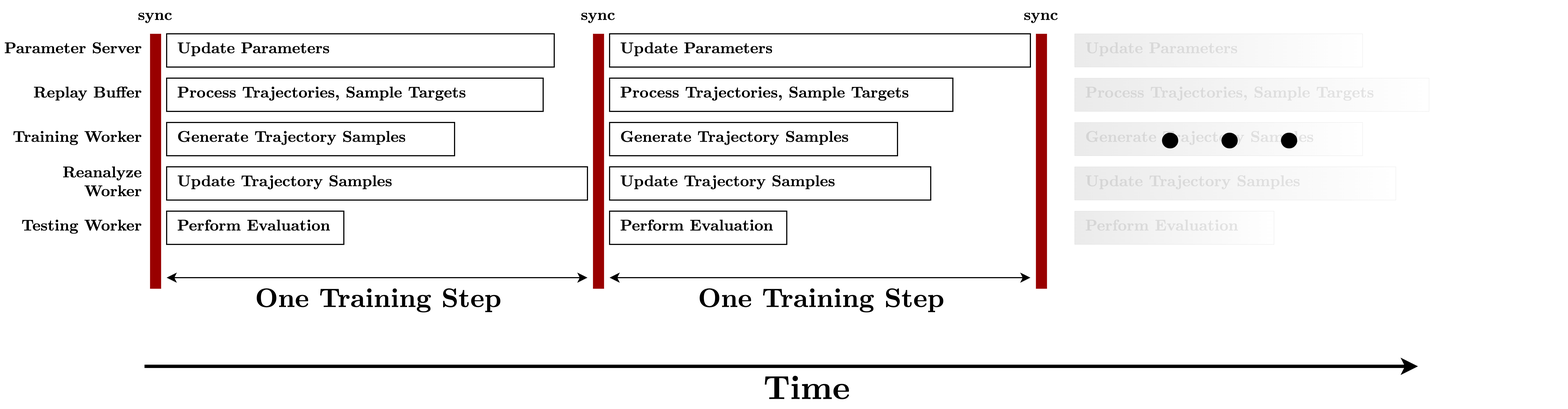
Above: assets/training_step.png in uduse/moozi-thesis (draw.io), before the change. Source tidied: cells renumbered, new cells last; positions are measured from the earlier drawing's top-left corner, leaving out a move shared by most shapes.
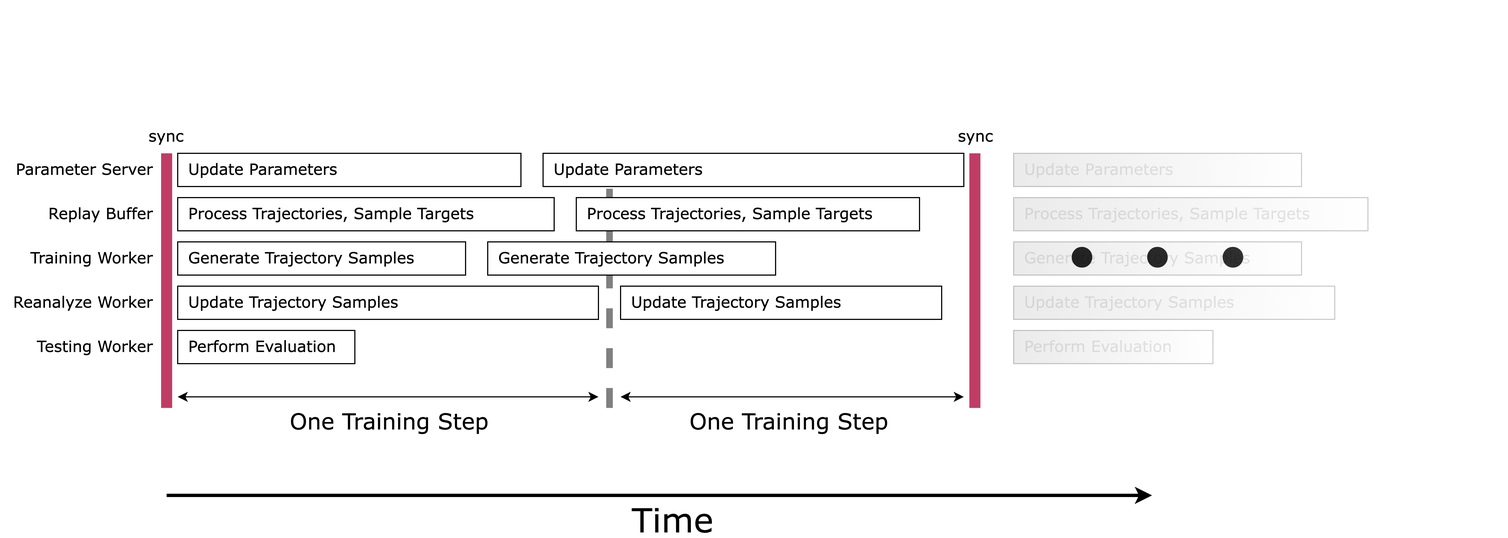
After the commit.

Change to the diagram source:
```diff
@@ -2,128 +2,128 @@
   <root>
     <mxCell id="0" />
     <mxCell id="1" parent="0" />
-    <mxCell id="2" value="Generate Trajectory Samples" style="whiteSpace=wrap;html=1;fontFamily=CMUSerif-Roman;fontSize=14;align=left;spacingLeft=8;shadow=0;rounded=0;gradientColor=#999999;labelBackgroundColor=none;textOpacity=10;opacity=20;strokeColor=default;gradientDirection=west;strokeWidth=0;fontStyle=1;" parent="1" vertex="1">
-      <mxGeometry x="970" y="110" width="260" height="30" as="geometry" />
-    </mxCell>
-    <mxCell id="3" value="Generate Trajectory Samples" style="whiteSpace=wrap;html=1;fontFamily=CMUSerif-Roman;fontSize=14;align=left;spacingLeft=8;fontStyle=1;" parent="1" vertex="1">
+    <mxCell id="3" value="Generate Trajectory Samples" style="whiteSpace=wrap;html=1;fontFamily=Verdana;fontSize=14;align=left;spacingLeft=8;fontStyle=0;" parent="1" vertex="1">
       <mxGeometry x="150" y="110" width="260" height="30" as="geometry" />
     </mxCell>
-    <mxCell id="4" value="Update Trajectory Samples" style="whiteSpace=wrap;html=1;fontFamily=CMUSerif-Roman;fontSize=14;align=left;spacingLeft=8;fontStyle=1;" parent="1" vertex="1">
+    <mxCell id="4" value="Update Trajectory Samples" style="whiteSpace=wrap;html=1;fontFamily=Verdana;fontSize=14;align=left;spacingLeft=8;fontStyle=0;" parent="1" vertex="1">
       <mxGeometry x="150" y="150" width="380" height="30" as="geometry" />
     </mxCell>
-    <mxCell id="5" value="Update Parameters" style="whiteSpace=wrap;html=1;fontFamily=CMUSerif-Roman;fontSize=14;align=left;spacingLeft=8;fontStyle=1;" parent="1" vertex="1">
-      <mxGeometry x="150" y="30" width="350" height="30" as="geometry" />
+    <mxCell id="5" value="Update Parameters" style="whiteSpace=wrap;html=1;fontFamily=Verdana;fontSize=14;align=left;spacingLeft=8;fontStyle=0;" parent="1" vertex="1">
+      <mxGeometry x="150" y="30" width="310" height="30" as="geometry" />
     </mxCell>
-    <mxCell id="6" value="Process Trajectories, Sample Targets" style="whiteSpace=wrap;html=1;fontFamily=CMUSerif-Roman;fontSize=14;align=left;spacingLeft=8;fontStyle=1;" parent="1" vertex="1">
+    <mxCell id="6" value="Process Trajectories, Sample Targets" style="whiteSpace=wrap;html=1;fontFamily=Verdana;fontSize=14;align=left;spacingLeft=8;fontStyle=0;" parent="1" vertex="1">
       <mxGeometry x="150" y="70" width="340" height="30" as="geometry" />
     </mxCell>
-    <mxCell id="7" value="Perform Evaluation" style="whiteSpace=wrap;html=1;fontFamily=CMUSerif-Roman;fontSize=14;align=left;spacingLeft=8;fontStyle=1;" parent="1" vertex="1">
+    <mxCell id="7" value="Perform Evaluation" style="whiteSpace=wrap;html=1;fontFamily=Verdana;fontSize=14;align=left;spacingLeft=8;fontStyle=0;" parent="1" vertex="1">
       <mxGeometry x="150" y="190" width="160" height="30" as="geometry" />
     </mxCell>
-    <mxCell id="8" style="endArrow=none;html=1;strokeWidth=10;fontFamily=CMUSerif-Roman;fontSize=14;align=left;fontColor=none;noLabel=1;labelBackgroundColor=none;strokeColor=#990000;fontStyle=1;" parent="1" edge="1">
+    <mxCell id="8" style="endArrow=none;html=1;strokeWidth=10;fontFamily=Verdana;fontSize=14;align=left;fontColor=none;noLabel=1;labelBackgroundColor=none;strokeColor=#BF3D65;fontStyle=0;" parent="1" edge="1">
       <mxGeometry relative="1" as="geometry">
         <mxPoint x="140" y="260" as="sourcePoint" />
         <mxPoint x="140" y="30" as="targetPoint" />
       </mxGeometry>
     </mxCell>
-    <mxCell id="9" style="endArrow=none;html=1;strokeWidth=10;fontFamily=CMUSerif-Roman;fontSize=14;fontColor=none;noLabel=1;labelBackgroundColor=none;strokeColor=#990000;fontStyle=1;" parent="1" edge="1">
+    <mxCell id="9" style="endArrow=none;html=1;strokeWidth=6;fontFamily=Verdana;fontSize=14;fontColor=none;noLabel=1;labelBackgroundColor=none;strokeColor=#808080;fontStyle=0;dashed=1;" parent="1" edge="1">
       <mxGeometry relative="1" as="geometry">
         <mxPoint x="540" y="260" as="sourcePoint" />
         <mxPoint x="540" y="30" as="targetPoint" />
       </mxGeometry>
     </mxCell>
-    <mxCell id="10" value="Parameter Server" style="text;html=1;strokeColor=none;fillColor=none;align=right;verticalAlign=middle;whiteSpace=wrap;rounded=0;fontFamily=CMUSerif-Roman;fontSize=14;fontStyle=1;" parent="1" vertex="1">
+    <mxCell id="10" value="Parameter Server" style="text;html=1;strokeColor=none;fillColor=none;align=right;verticalAlign=middle;whiteSpace=wrap;rounded=0;fontFamily=Verdana;fontSize=14;fontStyle=0;" parent="1" vertex="1">
       <mxGeometry y="30" width="130" height="30" as="geometry" />
     </mxCell>
-    <mxCell id="11" value="Replay Buffer" style="text;html=1;strokeColor=none;fillColor=none;align=right;verticalAlign=middle;whiteSpace=wrap;rounded=0;fontFamily=CMUSerif-Roman;fontSize=14;fontStyle=1;" parent="1" vertex="1">
+    <mxCell id="11" value="Replay Buffer" style="text;html=1;strokeColor=none;fillColor=none;align=right;verticalAlign=middle;whiteSpace=wrap;rounded=0;fontFamily=Verdana;fontSize=14;fontStyle=0;" parent="1" vertex="1">
       <mxGeometry x="10" y="70" width="120" height="30" as="geometry" />
     </mxCell>
-    <mxCell id="12" value="Training Worker" style="text;html=1;strokeColor=none;fillColor=none;align=right;verticalAlign=middle;whiteSpace=wrap;rounded=0;fontFamily=CMUSerif-Roman;fontSize=14;fontStyle=1;" parent="1" vertex="1">
+    <mxCell id="12" value="Training Worker" style="text;html=1;strokeColor=none;fillColor=none;align=right;verticalAlign=middle;whiteSpace=wrap;rounded=0;fontFamily=Verdana;fontSize=14;fontStyle=0;" parent="1" vertex="1">
       <mxGeometry x="10" y="110" width="120" height="30" as="geometry" />
     </mxCell>
-    <mxCell id="13" value="Testing Worker" style="text;html=1;strokeColor=none;fillColor=none;align=right;verticalAlign=middle;whiteSpace=wrap;rounded=0;fontFamily=CMUSerif-Roman;fontSize=14;fontStyle=1;" parent="1" vertex="1">
+    <mxCell id="13" value="Testing Worker" style="text;html=1;strokeColor=none;fillColor=none;align=right;verticalAlign=middle;whiteSpace=wrap;rounded=0;fontFamily=Verdana;fontSize=14;fontStyle=0;" parent="1" vertex="1">
       <mxGeometry y="190" width="130" height="30" as="geometry" />
     </mxCell>
-    <mxCell id="14" style="endArrow=classic;startArrow=classic;html=1;rounded=1;sketch=0;fontFamily=CMUSerif-Roman;curved=0;fontSize=14;align=left;fontStyle=1;" parent="1" edge="1">
+    <mxCell id="14" style="endArrow=classic;startArrow=classic;html=1;rounded=1;sketch=0;fontFamily=Verdana;curved=0;fontSize=14;align=left;fontStyle=0;" parent="1" edge="1">
       <mxGeometry relative="1" as="geometry">
         <mxPoint x="150" y="250" as="sourcePoint" />
         <mxPoint x="530" y="250" as="targetPoint" />
       </mxGeometry>
     </mxCell>
-    <mxCell id="15" value="One Training Step" style="edgeLabel;html=1;align=center;verticalAlign=middle;fontFamily=CMUSerif-Roman;labelBackgroundColor=none;labelBorderColor=none;fontSize=24;fontStyle=1;" parent="14" vertex="1">
+    <mxCell id="15" value="One Training Step" style="edgeLabel;html=1;align=center;verticalAlign=middle;fontFamily=Verdana;labelBackgroundColor=none;labelBorderColor=none;fontSize=20;fontStyle=0;" parent="14" vertex="1">
       <mxGeometry x="0.09" y="-1" relative="1" as="geometry">
         <mxPoint x="-17" y="19" as="offset" />
       </mxGeometry>
     </mxCell>
-    <mxCell id="16" value="Generate Trajectory Samples" style="whiteSpace=wrap;html=1;fontFamily=CMUSerif-Roman;fontSize=14;align=left;spacingLeft=8;fontStyle=1;" parent="1" vertex="1">
-      <mxGeometry x="550" y="110" width="260" height="30" as="geometry" />
+    <mxCell id="16" value="Generate Trajectory Samples" style="whiteSpace=wrap;html=1;fontFamily=Verdana;fontSize=14;align=left;spacingLeft=8;fontStyle=0;" parent="1" vertex="1">
+      <mxGeometry x="430" y="110" width="260" height="30" as="geometry" />
     </mxCell>
-    <mxCell id="17" value="Update&amp;nbsp;Trajectory Samples" style="whiteSpace=wrap;html=1;fontFamily=CMUSerif-Roman;fontSize=14;align=left;spacingLeft=8;fontStyle=1;" parent="1" vertex="1">
+    <mxCell id="17" value="Update&amp;nbsp;Trajectory Samples" style="whiteSpace=wrap;html=1;fontFamily=Verdana;fontSize=14;align=left;spacingLeft=8;fontStyle=0;" parent="1" vertex="1">
       <mxGeometry x="550" y="150" width="290" height="30" as="geometry" />
     </mxCell>
-    <mxCell id="18" value="Update Parameters" style="whiteSpace=wrap;html=1;fontFamily=CMUSerif-Roman;fontSize=14;align=left;spacingLeft=8;fontStyle=1;" parent="1" vertex="1">
-      <mxGeometry x="550" y="30" width="380" height="30" as="geometry" />
+    <mxCell id="18" value="Update Parameters" style="whiteSpace=wrap;html=1;fontFamily=Verdana;fontSize=14;align=left;spacingLeft=8;fontStyle=0;" parent="1" vertex="1">
+      <mxGeometry x="480" y="30" width="380" height="30" as="geometry" />
     </mxCell>
-    <mxCell id="19" value="Process Trajectories, Sample Targets" style="whiteSpace=wrap;html=1;fontFamily=CMUSerif-Roman;fontSize=14;align=left;spacingLeft=8;fontStyle=1;" parent="1" vertex="1">
-      <mxGeometry x="550" y="70" width="310" height="30" as="geometry" />
+    <mxCell id="19" value="Process Trajectories, Sample Targets" style="whiteSpace=wrap;html=1;fontFamily=Verdana;fontSize=14;align=left;spacingLeft=8;fontStyle=0;" parent="1" vertex="1">
+      <mxGeometry x="510" y="70" width="310" height="30" as="geometry" />
     </mxCell>
-    <mxCell id="20" value="Perform Evaluation" style="whiteSpace=wrap;html=1;fontFamily=CMUSerif-Roman;fontSize=14;align=left;spacingLeft=8;fontStyle=1;" parent="1" vertex="1">
-      <mxGeometry x="550" y="190" width="160" height="30" as="geometry" />
-    </mxCell>
-    <mxCell id="21" style="endArrow=none;html=1;strokeWidth=10;fontFamily=CMUSerif-Roman;fontSize=14;align=left;fontColor=none;noLabel=1;labelBackgroundColor=none;strokeColor=#990000;fontStyle=1;" parent="1" edge="1">
-      <mxGeometry relative="1" as="geometry">
-        <mxPoint x="940" y="260" as="sourcePoint" />
-        <mxPoint x="940" y="30" as="targetPoint" />
-      </mxGeometry>
-    </mxCell>
-    <mxCell id="22" style="endArrow=classic;startArrow=classic;html=1;rounded=1;sketch=0;fontFamily=CMUSerif-Roman;curved=0;fontSize=14;align=left;fontStyle=1;" parent="1" edge="1">
+    <mxCell id="22" style="endArrow=classic;startArrow=classic;html=1;rounded=1;sketch=0;fontFamily=Verdana;curved=0;fontSize=14;align=left;fontStyle=0;" parent="1" edge="1">
       <mxGeometry relative="1" as="geometry">
         <mxPoint x="550" y="250" as="sourcePoint" />
-        <mxPoint x="930" y="250" as="targetPoint" />
+        <mxPoint x="860" y="250" as="targetPoint" />
       </mxGeometry>
     </mxCell>
-    <mxCell id="23" value="One Training Step" style="edgeLabel;html=1;align=center;verticalAlign=middle;fontFamily=CMUSerif-Roman;labelBackgroundColor=none;labelBorderColor=none;fontSize=24;fontStyle=1;" parent="22" vertex="1">
+    <mxCell id="23" value="One Training Step" style="edgeLabel;html=1;align=center;verticalAlign=middle;fontFamily=Verdana;labelBackgroundColor=none;labelBorderColor=none;fontSize=20;fontStyle=0;" parent="22" vertex="1">
       <mxGeometry x="0.09" y="-1" relative="1" as="geometry">
         <mxPoint x="-17" y="19" as="offset" />
       </mxGeometry>
     </mxCell>
-    <mxCell id="24" value="Reanalyze Worker" style="text;html=1;strokeColor=none;fillColor=none;align=right;verticalAlign=middle;whiteSpace=wrap;rounded=0;fontFamily=CMUSerif-Roman;fontSize=14;fontStyle=1;" parent="1" vertex="1">
-      <mxGeometry x="10" y="150" width="120" height="30" as="geometry" />
+    <mxCell id="24" value="Reanalyze Worker" style="text;html=1;strokeColor=none;fillColor=none;align=right;verticalAlign=middle;whiteSpace=wrap;rounded=0;fontFamily=Verdana;fontSize=14;fontStyle=0;" parent="1" vertex="1">
+      <mxGeometry x="-10" y="150" width="140" height="30" as="geometry" />
     </mxCell>
-    <mxCell id="25" style="endArrow=classic;startArrow=none;html=1;rounded=1;sketch=0;fontFamily=CMUSerif-Roman;curved=0;fontSize=14;align=left;startFill=0;strokeWidth=3;fontStyle=1;" parent="1" edge="1">
+    <mxCell id="25" style="endArrow=classic;startArrow=none;html=1;rounded=1;sketch=0;fontFamily=Verdana;curved=0;fontSize=14;align=left;startFill=0;strokeWidth=3;fontStyle=0;" parent="1" edge="1">
       <mxGeometry relative="1" as="geometry">
-        <mxPoint x="130" y="330" as="sourcePoint" />
-        <mxPoint x="1280" y="330" as="targetPoint" />
+        <mxPoint x="140" y="339" as="sourcePoint" />
+        <mxPoint x="1030" y="339" as="targetPoint" />
       </mxGeometry>
     </mxCell>
-    <mxCell id="26" value="Time" style="edgeLabel;html=1;align=center;verticalAlign=middle;fontFamily=CMUSerif-Roman;labelBackgroundColor=none;labelBorderColor=none;fontSize=30;fontStyle=1;" parent="25" vertex="1">
+    <mxCell id="26" value="Time" style="edgeLabel;html=1;align=center;verticalAlign=middle;fontFamily=Verdana;labelBackgroundColor=none;labelBorderColor=none;fontSize=30;fontStyle=0;" parent="25" vertex="1">
       <mxGeometry x="0.09" y="-1" relative="1" as="geometry">
         <mxPoint x="-29" y="19" as="offset" />
       </mxGeometry>
     </mxCell>
+    <mxCell id="32" value="sync" style="text;html=1;strokeColor=none;fillColor=none;align=center;verticalAlign=middle;whiteSpace=wrap;rounded=0;fontFamily=Verdana;fontSize=14;fontStyle=0;" parent="1" vertex="1">
+      <mxGeometry x="120" width="40" height="30" as="geometry" />
+    </mxCell>
+    <mxCell id="34" value="sync" style="text;html=1;strokeColor=none;fillColor=none;align=center;verticalAlign=middle;whiteSpace=wrap;rounded=0;fontFamily=Verdana;fontSize=14;fontStyle=0;" parent="1" vertex="1">
+      <mxGeometry x="851" width="40" height="30" as="geometry" />
+    </mxCell>
+    <mxCell id="35" style="group;" parent="1" vertex="1">
+      <mxGeometry x="720" y="10" width="630" height="210" as="geometry" />
+    </mxCell>
-    <mxCell id="27" value="$$\dots$$" style="text;html=1;align=center;verticalAlign=middle;strokeColor=none;fillColor=none;fontSize=120;fontFamily=CMUSerif-Roman;fontStyle=1;" parent="1" vertex="1">
-      <mxGeometry x="805" y="25" width="610" height="150" as="geometry" />
+    <mxCell id="27" value="$$\dots$$" style="text;html=1;align=center;verticalAlign=middle;strokeColor=none;fillColor=none;fontSize=120;fontFamily=Verdana;fontStyle=0;" parent="35" vertex="1">
+      <mxGeometry width="630" height="150" as="geometry" />
     </mxCell>
+    <mxCell id="36" style="group;" parent="35" vertex="1">
+      <mxGeometry x="185" y="20" width="320" height="190" as="geometry" />
+    </mxCell>
+    <mxCell id="2" value="Generate Trajectory Samples" style="whiteSpace=wrap;html=1;fontFamily=Verdana;fontSize=14;align=left;spacingLeft=8;shadow=0;rounded=0;gradientColor=#999999;labelBackgroundColor=none;textOpacity=10;opacity=20;strokeColor=default;gradientDirection=west;strokeWidth=0;fontStyle=0;" parent="36" vertex="1">
+      <mxGeometry y="80" width="260" height="30" as="geometry" />
+    </mxCell>
-    <mxCell id="28" value="Update&amp;nbsp;Trajectory Samples" style="whiteSpace=wrap;html=1;fontFamily=CMUSerif-Roman;fontSize=14;align=left;spacingLeft=8;shadow=0;rounded=0;gradientColor=#999999;labelBackgroundColor=none;textOpacity=10;opacity=20;strokeColor=default;gradientDirection=west;strokeWidth=0;fontStyle=1;" parent="1" vertex="1">
-      <mxGeometry x="970" y="150" width="290" height="30" as="geometry" />
+    <mxCell id="28" value="Update&amp;nbsp;Trajectory Samples" style="whiteSpace=wrap;html=1;fontFamily=Verdana;fontSize=14;align=left;spacingLeft=8;shadow=0;rounded=0;gradientColor=#999999;labelBackgroundColor=none;textOpacity=10;opacity=20;strokeColor=default;gradientDirection=west;strokeWidth=0;fontStyle=0;" parent="36" vertex="1">
+      <mxGeometry y="120" width="290" height="30" as="geometry" />
     </mxCell>
-    <mxCell id="29" value="Update Parameters" style="whiteSpace=wrap;html=1;fontFamily=CMUSerif-Roman;fontSize=14;align=left;spacingLeft=8;shadow=0;rounded=0;gradientColor=#999999;labelBackgroundColor=none;textOpacity=10;opacity=20;strokeColor=default;gradientDirection=west;strokeWidth=0;fontStyle=1;" parent="1" vertex="1">
-      <mxGeometry x="970" y="30" width="260" height="30" as="geometry" />
+    <mxCell id="29" value="Update Parameters" style="whiteSpace=wrap;html=1;fontFamily=Verdana;fontSize=14;align=left;spacingLeft=8;shadow=0;rounded=0;gradientColor=#999999;labelBackgroundColor=none;textOpacity=10;opacity=20;strokeColor=default;gradientDirection=west;strokeWidth=0;fontStyle=0;" parent="36" vertex="1">
+      <mxGeometry width="260" height="30" as="geometry" />
     </mxCell>
-    <mxCell id="30" value="Process Trajectories, Sample Targets" style="whiteSpace=wrap;html=1;fontFamily=CMUSerif-Roman;fontSize=14;align=left;spacingLeft=8;shadow=0;rounded=0;gradientColor=#999999;labelBackgroundColor=none;textOpacity=10;opacity=20;strokeColor=default;gradientDirection=west;strokeWidth=0;fontStyle=1;" parent="1" vertex="1">
-      <mxGeometry x="970" y="70" width="320" height="30" as="geometry" />
+    <mxCell id="30" value="Process Trajectories, Sample Targets" style="whiteSpace=wrap;html=1;fontFamily=Verdana;fontSize=14;align=left;spacingLeft=8;shadow=0;rounded=0;gradientColor=#999999;labelBackgroundColor=none;textOpacity=10;opacity=20;strokeColor=default;gradientDirection=west;strokeWidth=0;fontStyle=0;" parent="36" vertex="1">
+      <mxGeometry y="40" width="320" height="30" as="geometry" />
     </mxCell>
-    <mxCell id="31" value="Perform Evaluation" style="whiteSpace=wrap;html=1;fontFamily=CMUSerif-Roman;fontSize=14;align=left;spacingLeft=8;shadow=0;rounded=0;gradientColor=#999999;labelBackgroundColor=none;textOpacity=10;opacity=20;strokeColor=default;gradientDirection=west;strokeWidth=0;fontStyle=1;" parent="1" vertex="1">
-      <mxGeometry x="970" y="190" width="180" height="30" as="geometry" />
+    <mxCell id="31" value="Perform Evaluation" style="whiteSpace=wrap;html=1;fontFamily=Verdana;fontSize=14;align=left;spacingLeft=8;shadow=0;rounded=0;gradientColor=#999999;labelBackgroundColor=none;textOpacity=10;opacity=20;strokeColor=default;gradientDirection=west;strokeWidth=0;fontStyle=0;" parent="36" vertex="1">
+      <mxGeometry y="160" width="180" height="30" as="geometry" />
     </mxCell>
-    <mxCell id="32" value="sync" style="text;html=1;strokeColor=none;fillColor=none;align=center;verticalAlign=middle;whiteSpace=wrap;rounded=0;fontFamily=CMUSerif-Roman;fontSize=14;fontStyle=1;" parent="1" vertex="1">
-      <mxGeometry x="120" width="40" height="30" as="geometry" />
-    </mxCell>
-    <mxCell id="33" value="sync" style="text;html=1;strokeColor=none;fillColor=none;align=center;verticalAlign=middle;whiteSpace=wrap;rounded=0;fontFamily=CMUSerif-Roman;fontSize=14;fontStyle=1;" parent="1" vertex="1">
-      <mxGeometry x="520" width="40" height="30" as="geometry" />
-    </mxCell>
-    <mxCell id="34" value="sync" style="text;html=1;strokeColor=none;fillColor=none;align=center;verticalAlign=middle;whiteSpace=wrap;rounded=0;fontFamily=CMUSerif-Roman;fontSize=14;fontStyle=1;" parent="1" vertex="1">
-      <mxGeometry x="920" width="40" height="30" as="geometry" />
-    </mxCell>
+    <mxCell id="21" style="endArrow=none;html=1;strokeWidth=10;fontFamily=Verdana;fontSize=14;align=left;fontColor=none;noLabel=1;labelBackgroundColor=none;strokeColor=#BF3D65;fontStyle=0;" parent="35" edge="1">
+      <mxGeometry relative="1" as="geometry">
+        <mxPoint x="150" y="250" as="sourcePoint" />
+        <mxPoint x="150" y="20" as="targetPoint" />
+      </mxGeometry>
+    </mxCell>
   </root>
 </mxGraphModel>
```
